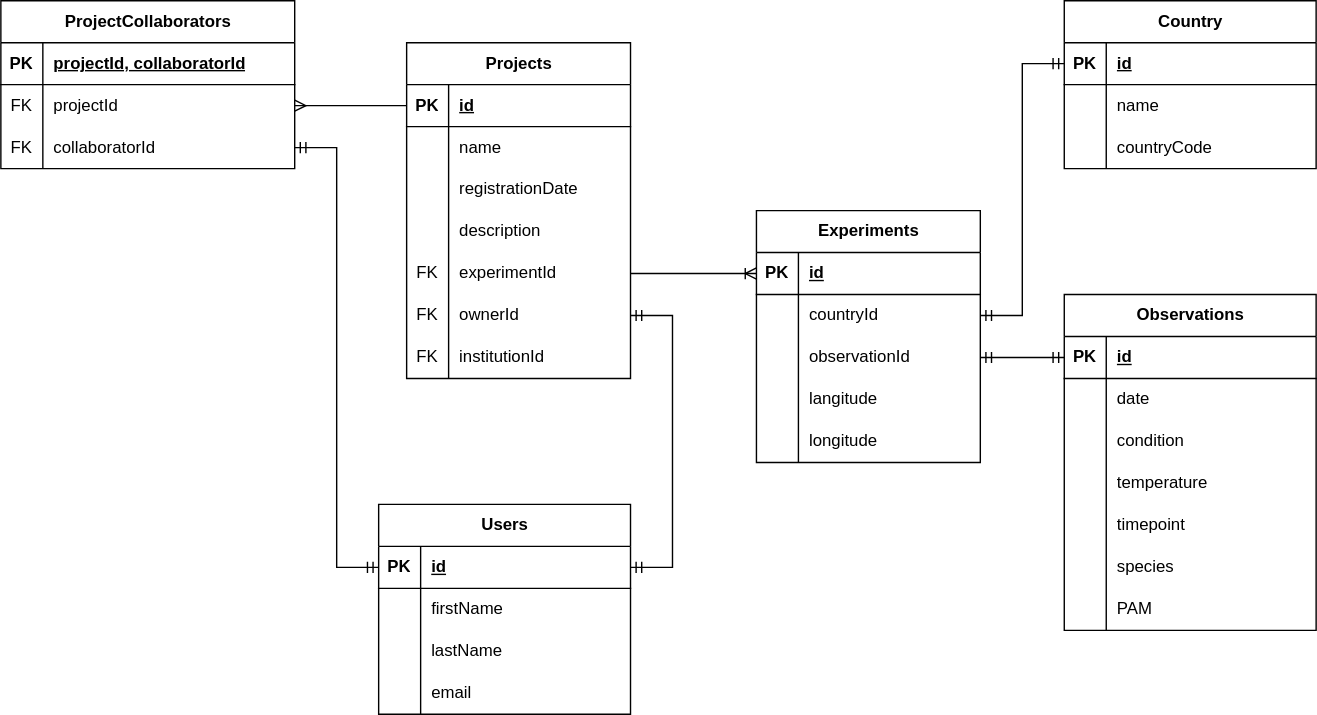
greenjune-ship-it/coral-future keeps this draw.io diagram as db_schema.drawio.svg. Above is the earlier version. Source tidied: cells renumbered, new cells last; positions are measured from the earlier drawing's top-left corner, leaving out a move shared by most shapes.
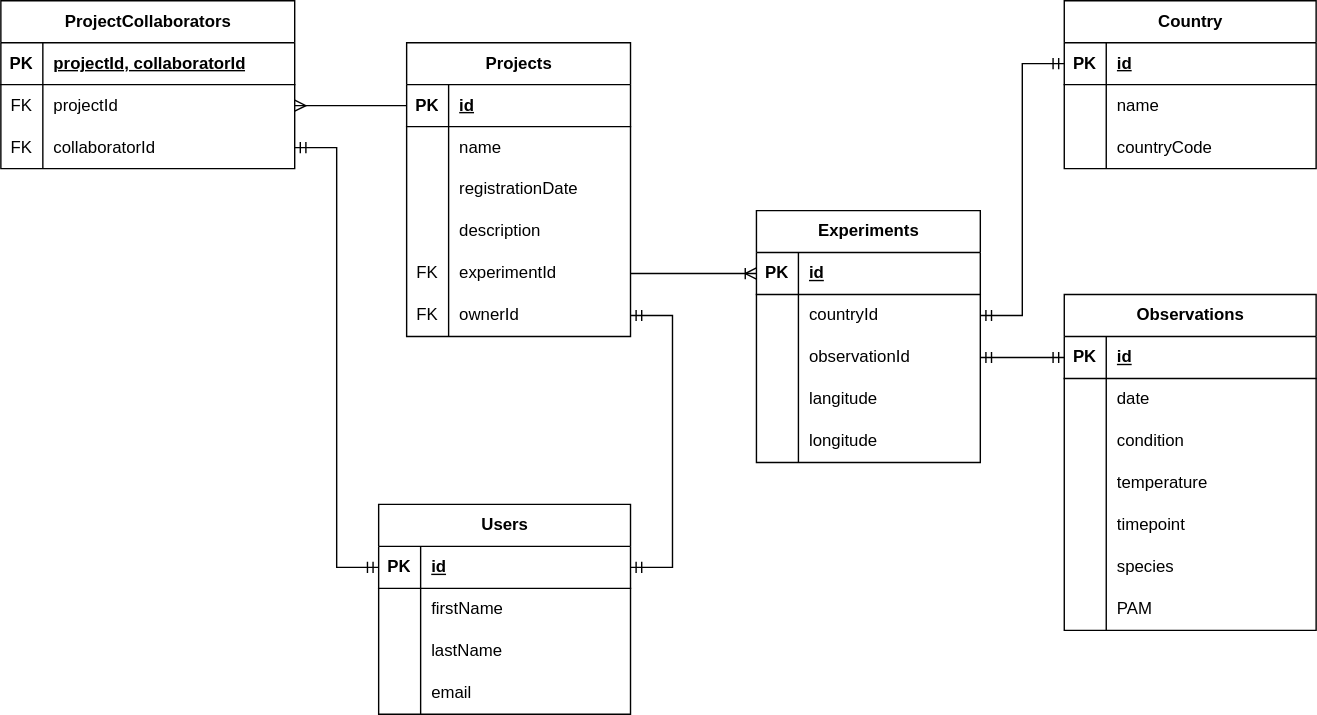
After the commit.

What changed in the source:
```diff
@@ -42,7 +42,7 @@
       <mxGeometry x="30" width="150" height="30" as="geometry" />
     </mxCell>
     <mxCell id="15" value="Projects" style="shape=table;startSize=30;rowLines=0;fontStyle=1;align=center;html=1;flipH=1;" parent="1" vertex="1">
-      <mxGeometry x="290" y="30" width="160" height="240" as="geometry" />
+      <mxGeometry x="290" y="30" width="160" height="210" as="geometry" />
     </mxCell>
     <mxCell id="16" style="shape=tableRow;horizontal=0;startSize=0;swimlaneHead=0;swimlaneBody=0;fillColor=none;points=[[0,0.5],[1,0.5]];portConstraint=eastwest;top=0;left=0;right=0;bottom=1;" parent="15" vertex="1">
       <mxGeometry y="30" width="160" height="30" as="geometry" />
@@ -98,15 +98,6 @@
     <mxCell id="33" value="ownerId" style="shape=partialRectangle;fillColor=none;top=0;left=0;bottom=0;right=0;align=left;spacingLeft=6;overflow=hidden;whiteSpace=wrap;html=1;" parent="31" vertex="1">
       <mxGeometry x="30" width="130" height="30" as="geometry" />
     </mxCell>
-    <mxCell id="34" style="shape=tableRow;horizontal=0;startSize=0;swimlaneHead=0;swimlaneBody=0;fillColor=none;top=0;left=0;right=0;bottom=0;" parent="15" vertex="1">
-      <mxGeometry y="210" width="160" height="30" as="geometry" />
-    </mxCell>
-    <mxCell id="35" value="FK" style="shape=partialRectangle;fillColor=none;top=0;left=0;bottom=0;right=0;overflow=hidden;whiteSpace=wrap;html=1;" parent="34" vertex="1">
-      <mxGeometry width="30" height="30" as="geometry" />
-    </mxCell>
-    <mxCell id="36" value="institutionId" style="shape=partialRectangle;fillColor=none;top=0;left=0;bottom=0;right=0;align=left;spacingLeft=6;overflow=hidden;whiteSpace=wrap;html=1;" parent="34" vertex="1">
-      <mxGeometry x="30" width="130" height="30" as="geometry" />
-    </mxCell>
     <mxCell id="37" value="Experiments" style="shape=table;startSize=30;rowLines=0;fontStyle=1;align=center;html=1;flipH=1;" parent="1" vertex="1">
       <mxGeometry x="540" y="150" width="160" height="180" as="geometry" />
     </mxCell>
```
